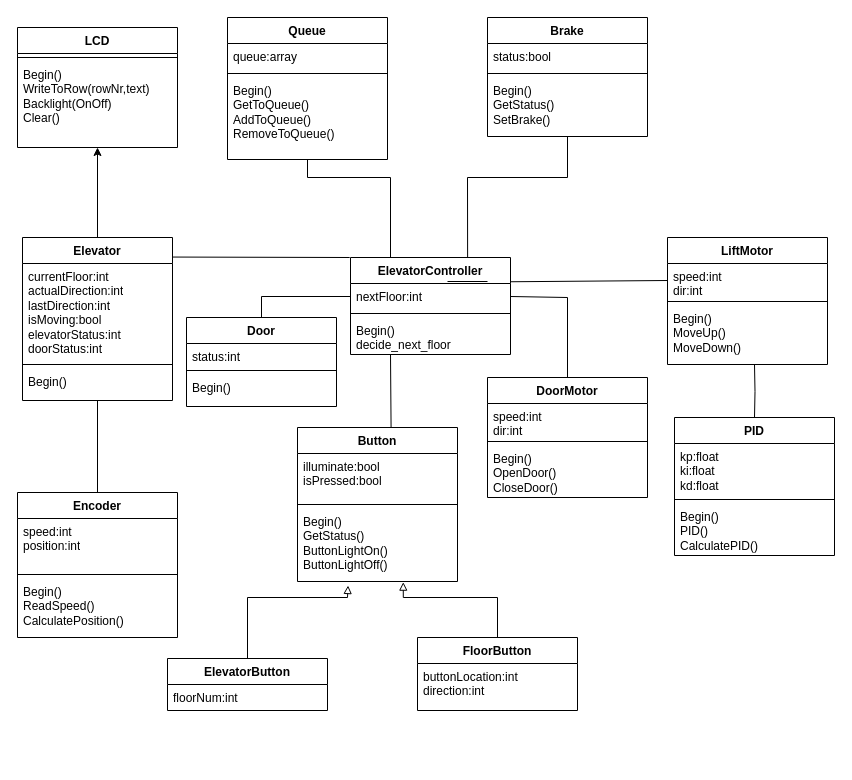
johannesKringlen/MAS246_Project keeps this draw.io diagram as Documents/UMLDiagramElevator.drawio. Above is the earlier version. Source tidied: cells renumbered, new cells numbered last; positions are measured from the earlier drawing's top-left corner, leaving out a move shared by most shapes. Both pictures are drawn from the tidied source at 100%, with x=0, y=0 at pixel (17, 17).
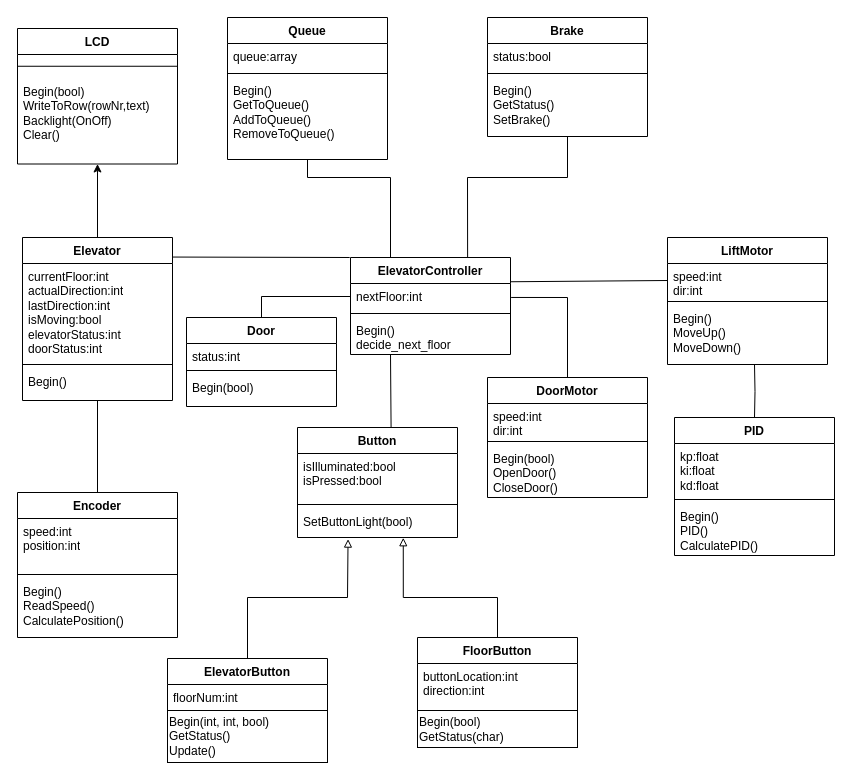
After the change.

Unchanged cells that the change refers to:
```xml
<mxCell id="4" value="nextFloor:int" style="text;strokeColor=none;fillColor=none;align=left;verticalAlign=top;spacingLeft=4;spacingRight=4;overflow=hidden;points=[[0,0.5],[1,0.5]];portConstraint=eastwest;whiteSpace=wrap;html=1;" parent="3" vertex="1">
  <mxGeometry y="26" width="160" height="26" as="geometry" />
</mxCell>
<mxCell id="18" value="DoorMotor" style="swimlane;fontStyle=1;align=center;verticalAlign=top;horizontal=1;startSize=26;whiteSpace=wrap;html=1;" parent="1" vertex="1">
  <mxGeometry x="470" y="360" width="160" height="120" as="geometry" />
</mxCell>
<mxCell id="56" value="Door" style="swimlane;fontStyle=1;align=center;verticalAlign=top;horizontal=1;startSize=26;whiteSpace=wrap;html=1;" parent="1" vertex="1">
  <mxGeometry x="169" y="300" width="150" height="89" as="geometry" />
</mxCell>
```

Change to the diagram source:
```diff
@@
     <mxCell id="9" value="Button" style="swimlane;fontStyle=1;align=center;verticalAlign=top;horizontal=1;startSize=26;whiteSpace=wrap;html=1;" parent="1" vertex="1">
-      <mxGeometry x="280" y="410" width="160" height="154" as="geometry" />
+      <mxGeometry x="280" y="410" width="160" height="110" as="geometry" />
     </mxCell>
-    <mxCell id="10" value="illuminate:bool&lt;div&gt;isPressed:bool&lt;/div&gt;" style="text;strokeColor=none;fillColor=none;align=left;verticalAlign=top;spacingLeft=4;spacingRight=4;overflow=hidden;whiteSpace=wrap;html=1;" parent="9" vertex="1">
+    <mxCell id="10" value="isIlluminated:bool&lt;div&gt;isPressed:bool&lt;/div&gt;" style="text;strokeColor=none;fillColor=none;align=left;verticalAlign=top;spacingLeft=4;spacingRight=4;overflow=hidden;whiteSpace=wrap;html=1;" parent="9" vertex="1">
       <mxGeometry y="26" width="160" height="47" as="geometry" />
     </mxCell>
@@
-    <mxCell id="12" value="&lt;div&gt;Begin()&lt;/div&gt;GetStatus()&lt;div&gt;ButtonLightOn()&lt;/div&gt;&lt;div&gt;ButtonLightOff()&lt;/div&gt;" style="text;strokeColor=none;fillColor=none;align=left;verticalAlign=top;spacingLeft=4;spacingRight=4;overflow=hidden;points=[[0,0.5],[1,0.5]];portConstraint=eastwest;whiteSpace=wrap;html=1;" parent="9" vertex="1">
-      <mxGeometry y="81" width="160" height="73" as="geometry" />
+    <mxCell id="12" value="&lt;div&gt;&lt;span style=&quot;background-color: transparent; color: light-dark(rgb(0, 0, 0), rgb(255, 255, 255));&quot;&gt;SetButtonLight(bool)&lt;/span&gt;&lt;/div&gt;" style="text;strokeColor=none;fillColor=none;align=left;verticalAlign=top;spacingLeft=4;spacingRight=4;overflow=hidden;points=[[0,0.5],[1,0.5]];portConstraint=eastwest;whiteSpace=wrap;html=1;" parent="9" vertex="1">
+      <mxGeometry y="81" width="160" height="29" as="geometry" />
     </mxCell>
@@
-    <mxCell id="17" style="edgeStyle=none;rounded=0;jettySize=auto;html=1;entryX=1;entryY=0.5;entryDx=0;entryDy=0;endArrow=none;endFill=0;" parent="1" edge="1" source="18" target="4">
-      <mxGeometry relative="1" as="geometry">
+    <mxCell id="17" style="edgeStyle=none;rounded=0;jettySize=auto;html=1;entryX=1.004;entryY=0.537;entryDx=0;entryDy=0;endArrow=none;endFill=0;entryPerimeter=0;" parent="1" edge="1" source="18" target="4">
+      <mxGeometry x="0.01" relative="1" as="geometry">
         <Array as="points">
           <mxPoint x="550" y="280" />
         </Array>
       </mxGeometry>
     </mxCell>
@@
-    <mxCell id="21" value="&lt;div&gt;Begin()&lt;/div&gt;OpenDoor()&lt;div&gt;CloseDoor()&lt;/div&gt;" style="text;strokeColor=none;fillColor=none;align=left;verticalAlign=top;spacingLeft=4;spacingRight=4;overflow=hidden;whiteSpace=wrap;html=1;" parent="18" vertex="1">
+    <mxCell id="21" value="&lt;div&gt;Begin(bool)&lt;/div&gt;OpenDoor()&lt;div&gt;CloseDoor()&lt;/div&gt;" style="text;strokeColor=none;fillColor=none;align=left;verticalAlign=top;spacingLeft=4;spacingRight=4;overflow=hidden;whiteSpace=wrap;html=1;" parent="18" vertex="1">
       <mxGeometry y="68" width="160" height="52" as="geometry" />
     </mxCell>
@@
     <mxCell id="44" value="LCD" style="swimlane;fontStyle=1;align=center;verticalAlign=top;horizontal=1;startSize=26;whiteSpace=wrap;html=1;" parent="1" vertex="1">
-      <mxGeometry y="10" width="160" height="120" as="geometry" />
+      <mxGeometry y="11" width="160" height="135.5" as="geometry" />
     </mxCell>
     <mxCell id="45" style="line;strokeWidth=1;fillColor=none;align=left;verticalAlign=middle;spacingTop=-1;spacingLeft=3;spacingRight=3;labelPosition=right;strokeColor=inherit;" parent="44" vertex="1">
-      <mxGeometry y="26" width="160" height="8" as="geometry" />
+      <mxGeometry y="26" width="160" height="23.5" as="geometry" />
     </mxCell>
-    <mxCell id="46" value="Begin()&lt;div&gt;WriteToRow(rowNr,text)&lt;/div&gt;&lt;div&gt;Backlight(OnOff)&lt;/div&gt;&lt;div&gt;Clear()&lt;/div&gt;" style="text;strokeColor=none;fillColor=none;align=left;verticalAlign=top;spacingLeft=4;spacingRight=4;overflow=hidden;whiteSpace=wrap;html=1;" parent="44" vertex="1">
-      <mxGeometry y="34" width="160" height="86" as="geometry" />
+    <mxCell id="46" value="Begin(bool)&lt;div&gt;WriteToRow(rowNr,text)&lt;/div&gt;&lt;div&gt;Backlight(OnOff)&lt;/div&gt;&lt;div&gt;Clear()&lt;/div&gt;" style="text;strokeColor=none;fillColor=none;align=left;verticalAlign=top;spacingLeft=4;spacingRight=4;overflow=hidden;whiteSpace=wrap;html=1;" parent="44" vertex="1">
+      <mxGeometry y="49.5" width="160" height="86" as="geometry" />
     </mxCell>
@@
-    <mxCell id="59" value="Begin()" style="text;strokeColor=none;fillColor=none;align=left;verticalAlign=top;spacingLeft=4;spacingRight=4;overflow=hidden;whiteSpace=wrap;html=1;" parent="56" vertex="1">
+    <mxCell id="59" value="Begin(bool)" style="text;strokeColor=none;fillColor=none;align=left;verticalAlign=top;spacingLeft=4;spacingRight=4;overflow=hidden;whiteSpace=wrap;html=1;" parent="56" vertex="1">
       <mxGeometry y="57" width="150" height="32" as="geometry" />
     </mxCell>
-    <mxCell id="60" style="line;strokeWidth=1;fillColor=none;align=left;verticalAlign=middle;spacingTop=-1;spacingLeft=3;spacingRight=3;labelPosition=right;strokeColor=inherit;" parent="1" vertex="1">
-      <mxGeometry x="430" y="260" width="40" height="8" as="geometry" />
-    </mxCell>
@@
+    <mxCell id="62" value="Begin(int, int, bool)&lt;div&gt;GetStatus()&lt;/div&gt;&lt;div&gt;Update()&lt;/div&gt;" style="rounded=0;whiteSpace=wrap;html=1;align=left;" parent="1" vertex="1">
+      <mxGeometry x="150" y="693" width="160" height="52" as="geometry" />
+    </mxCell>
+    <mxCell id="63" value="Begin(bool)&lt;div&gt;GetStatus(char)&lt;/div&gt;" style="rounded=0;whiteSpace=wrap;html=1;align=left;" parent="1" vertex="1">
+      <mxGeometry x="400" y="693" width="160" height="37" as="geometry" />
+    </mxCell>
```
